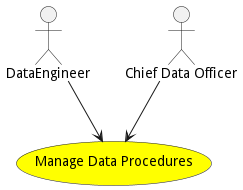
Above: docs/edgemere/diml/ddf/usecases/managedataprocedures/Activities.png in madajaju/edgemere (PlantUML), before the change.
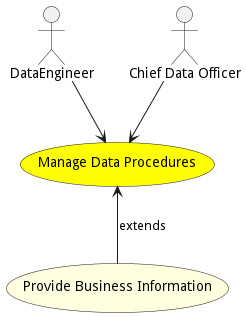
The same diagram one commit later.

What changed in the source:
```diff
@@ -15,6 +15,10 @@
 
 
 
+usecase "Provide Business Information" as ProvideBusinessInformation #lightyellow
+
+ManageDataProcedures <-- ProvideBusinessInformation : extends
+
 
 
 
```
